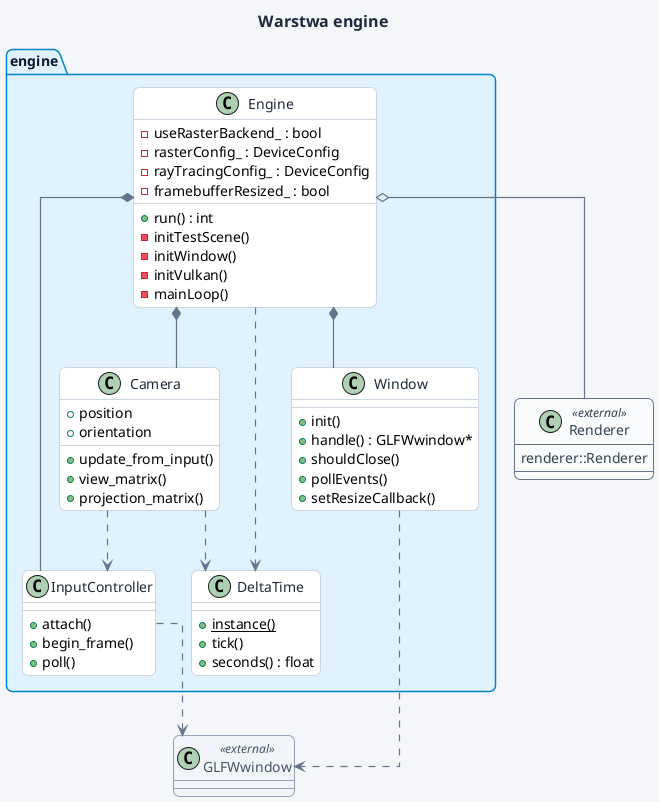
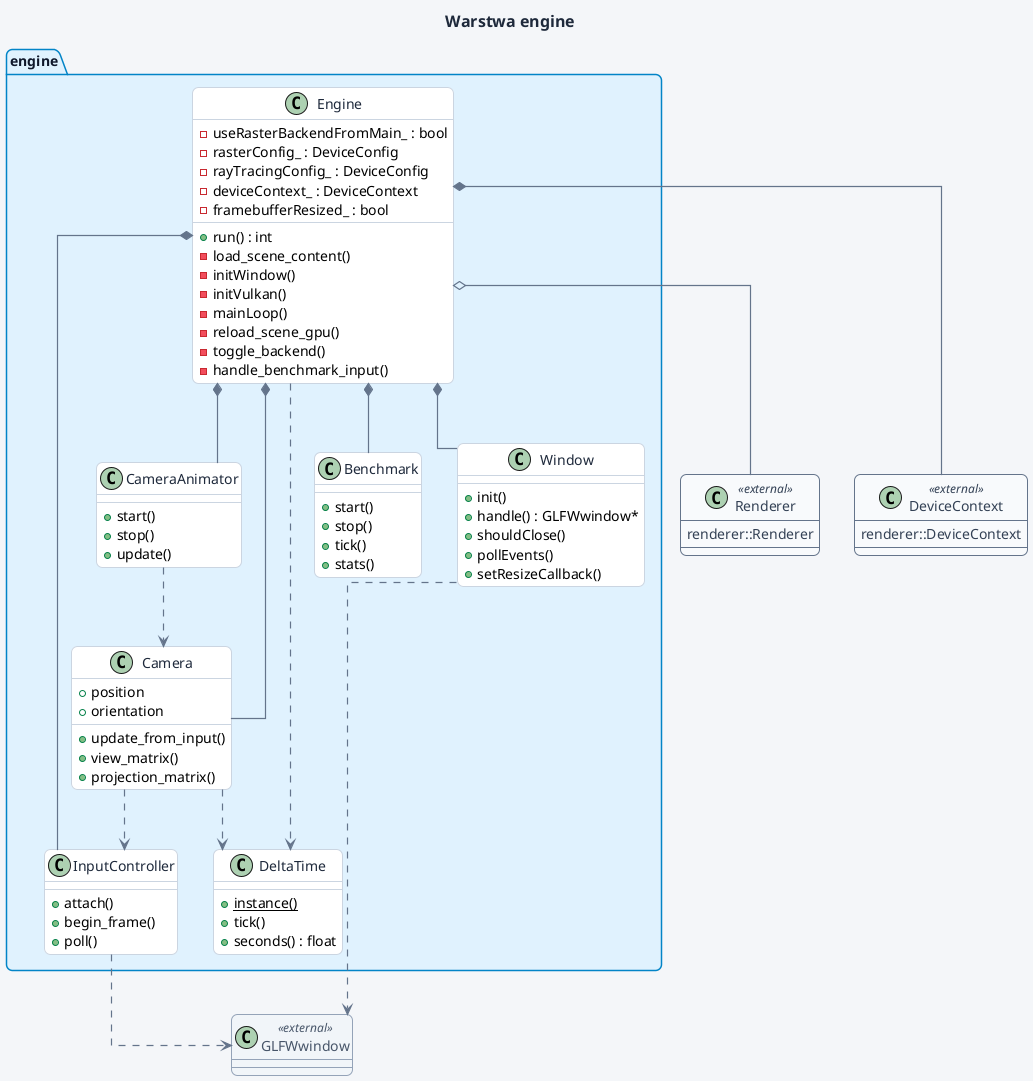
@startuml Warstwa "Engine"
' Generate: plantuml -tsvg -tpng -o architecture/out architecture/diagrams/02_engine.puml

skinparam shadowing false
skinparam roundcorner 12
skinparam handwritten false
skinparam backgroundColor #F4F6F9
skinparam ArrowColor #64748B
skinparam ArrowThickness 1.2
skinparam linetype ortho

skinparam class {
  BackgroundColor #FFFFFF
  BorderColor #CBD5E1
  FontColor #1E293B
  BorderThickness 1
}

skinparam package {
  BackgroundColor #E0F2FE
  BorderColor #0284C7
  FontColor #0F172A
  FontStyle bold
  BorderThickness 1.5
}

skinparam title {
  FontColor #1E293B
  FontSize 16
  FontStyle bold
}

title Warstwa engine

package engine {

  class Engine {
-     - useRasterBackend_ : bool
+     - useRasterBackendFromMain_ : bool
    - rasterConfig_ : DeviceConfig
    - rayTracingConfig_ : DeviceConfig
+     - deviceContext_ : DeviceContext
    - framebufferResized_ : bool
    + run() : int
-     - initTestScene()
+     - load_scene_content()
    - initWindow()
    - initVulkan()
    - mainLoop()
+     - reload_scene_gpu()
+     - toggle_backend()
+     - handle_benchmark_input()
  }

  class Window {
    + init()
    + handle() : GLFWwindow*
    + shouldClose()
    + pollEvents()
    + setResizeCallback()
  }

  class Camera {
    + position
    + orientation
    + update_from_input()
    + view_matrix()
    + projection_matrix()
  }

  class InputController {
    + attach()
    + begin_frame()
    + poll()
  }

  class DeltaTime {
    + {static} instance()
    + tick()
    + seconds() : float
  }
+ 
+   class Benchmark {
+     + start()
+     + stop()
+     + tick()
+     + stats()
+   }
+ 
+   class CameraAnimator {
+     + start()
+     + stop()
+     + update()
+   }
}

class GLFWwindow <<external>> #F1F5F9;line:94A3B8;text:475569

class Renderer <<external>> #F8FAFC;line:64748B;text:334155 {
  renderer::Renderer
}

+ class DeviceContext <<external>> #F8FAFC;line:64748B;text:334155 {
+   renderer::DeviceContext
+ }
+ 
Engine *-- Window
Engine *-- Camera
Engine *-- InputController
+ Engine *-- DeviceContext
+ Engine *-- Benchmark
+ Engine *-- CameraAnimator
Engine o-- Renderer

Window ..> GLFWwindow
InputController ..> GLFWwindow

Camera ..> InputController
Camera ..> DeltaTime
+ CameraAnimator ..> Camera

Engine ..> DeltaTime

@enduml
